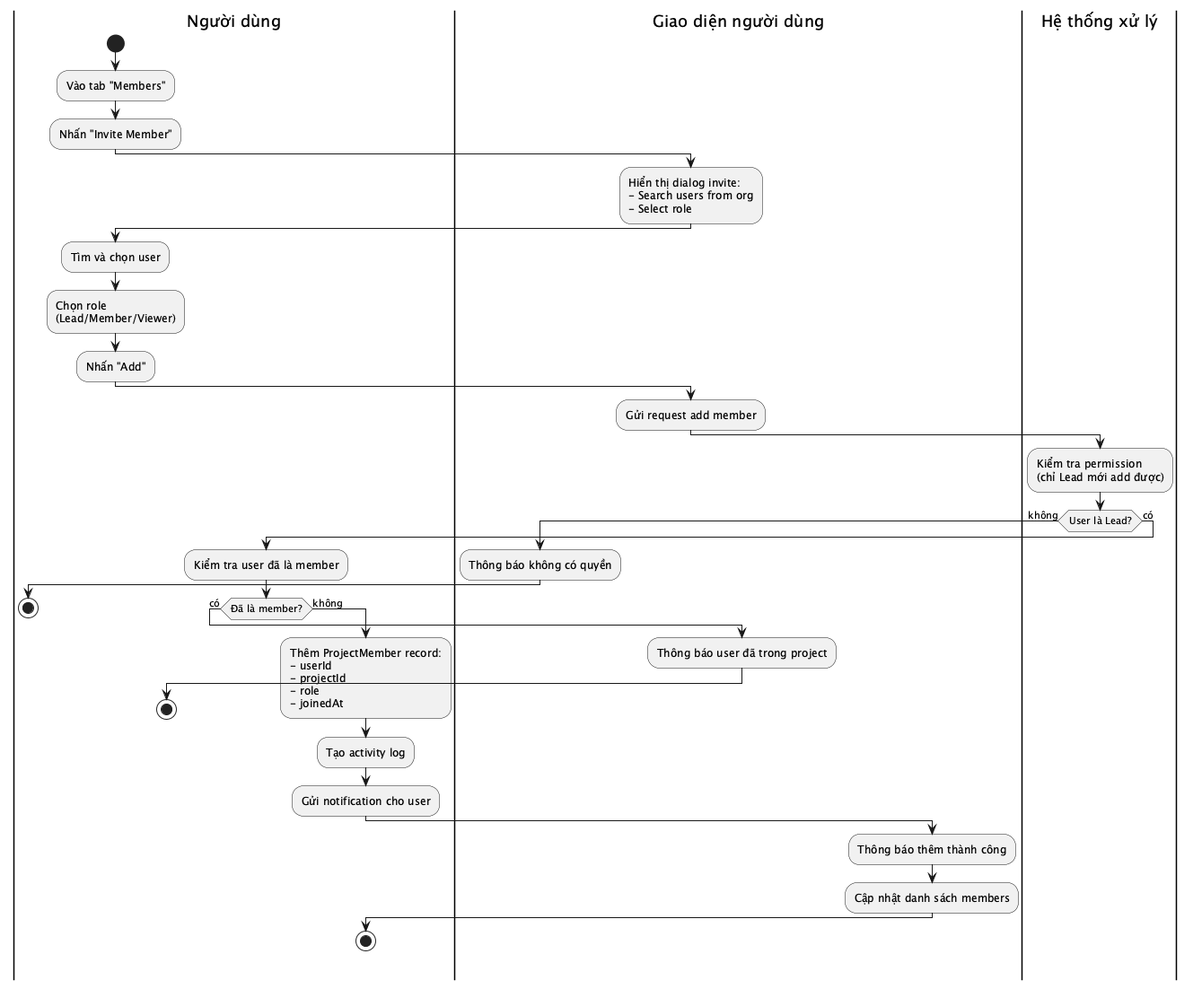
Earlier version of the PlantUML export reports/dat-examples/report/images/act_add_project_member.png (toantran292/datn). Source of this version:
```plantuml
@startuml act_add_project_member
|Người dùng|
start
:Vào tab "Members";
:Nhấn "Invite Member";
|Giao diện người dùng|
:Hiển thị dialog invite:
- Search users from org
- Select role;
|Người dùng|
:Tìm và chọn user;
:Chọn role
(Lead/Member/Viewer);
:Nhấn "Add";
|Giao diện người dùng|
:Gửi request add member;
|Hệ thống xử lý|
:Kiểm tra permission
(chỉ Lead mới add được);
if (User là Lead?) then (không)
  |Giao diện người dùng|
  :Thông báo không có quyền;
  |Người dùng|
  stop
else (có)
  :Kiểm tra user đã là member;
  if (Đã là member?) then (có)
    |Giao diện người dùng|
    :Thông báo user đã trong project;
    |Người dùng|
    stop
  else (không)
    :Thêm ProjectMember record:
    - userId
    - projectId
    - role
    - joinedAt;
    :Tạo activity log;
    :Gửi notification cho user;
    |Giao diện người dùng|
    :Thông báo thêm thành công;
    :Cập nhật danh sách members;
    |Người dùng|
    stop
  endif
endif
@enduml
```
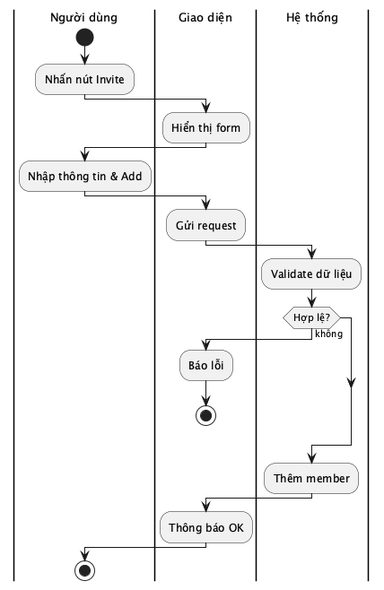
Later version of the same file.

Change to the diagram source:
```diff
@@ -1,47 +1,38 @@
 @startuml act_add_project_member
+skinparam defaultFontSize 13
+skinparam activityFontSize 12
+skinparam activityDiamondFontSize 11
+skinparam activityArrowFontSize 10
+skinparam partitionFontSize 13
+
 |Người dùng|
 start
-:Vào tab "Members";
-:Nhấn "Invite Member";
-|Giao diện người dùng|
-:Hiển thị dialog invite:
-- Search users from org
-- Select role;
+:Nhấn nút Invite;
+
+|Giao diện|
+:Hiển thị form;
+
 |Người dùng|
-:Tìm và chọn user;
-:Chọn role
-(Lead/Member/Viewer);
-:Nhấn "Add";
-|Giao diện người dùng|
-:Gửi request add member;
-|Hệ thống xử lý|
-:Kiểm tra permission
-(chỉ Lead mới add được);
-if (User là Lead?) then (không)
-  |Giao diện người dùng|
-  :Thông báo không có quyền;
-  |Người dùng|
+:Nhập thông tin & Add;
+
+|Giao diện|
+:Gửi request;
+
+|Hệ thống|
+:Validate dữ liệu;
+
+if (Hợp lệ?) then (không)
+  |Giao diện|
+  :Báo lỗi;
   stop
-else (có)
-  :Kiểm tra user đã là member;
-  if (Đã là member?) then (có)
-    |Giao diện người dùng|
-    :Thông báo user đã trong project;
-    |Người dùng|
-    stop
-  else (không)
-    :Thêm ProjectMember record:
-    - userId
-    - projectId
-    - role
-    - joinedAt;
-    :Tạo activity log;
-    :Gửi notification cho user;
-    |Giao diện người dùng|
-    :Thông báo thêm thành công;
-    :Cập nhật danh sách members;
-    |Người dùng|
-    stop
-  endif
 endif
+
+|Hệ thống|
+:Thêm member;
+
+|Giao diện|
+:Thông báo OK;
+
+|Người dùng|
+stop
 @enduml
```
